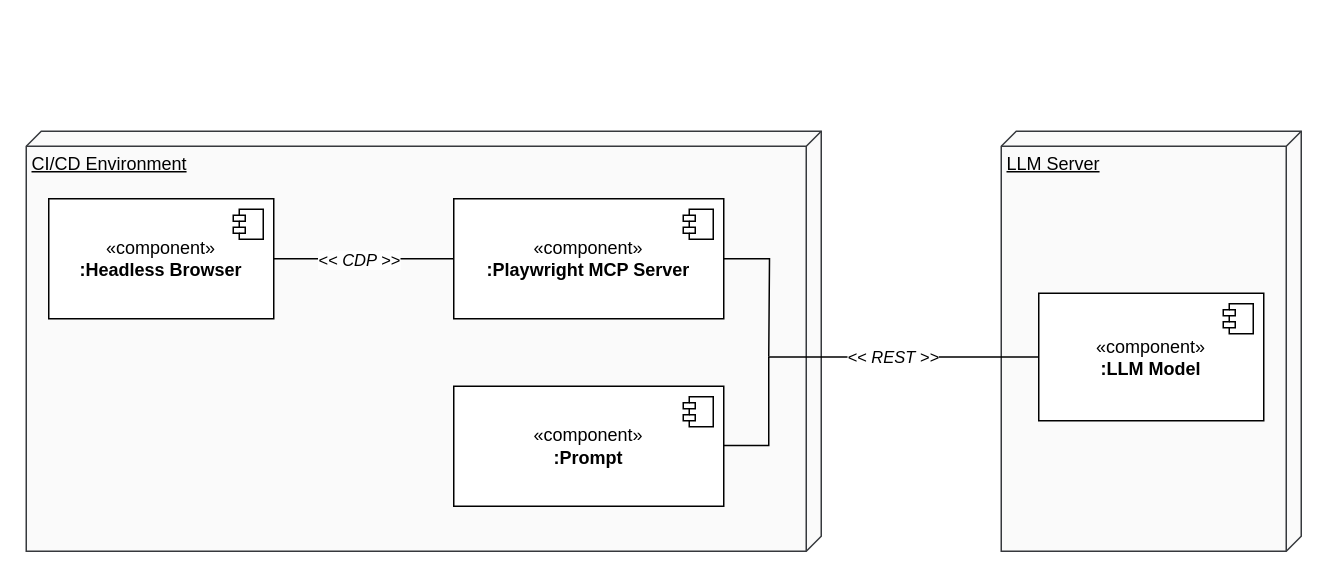
This is figures/mcp_remote.drawio from tobikli/ba-thesis, a draw.io file, before an edit. Source tidied: cells renumbered, new cells numbered last; positions are measured from the earlier drawing's top-left corner, leaving out a move shared by most shapes. Both pictures are drawn from the tidied source at 150%, with x=0, y=0 at pixel (26, 130).
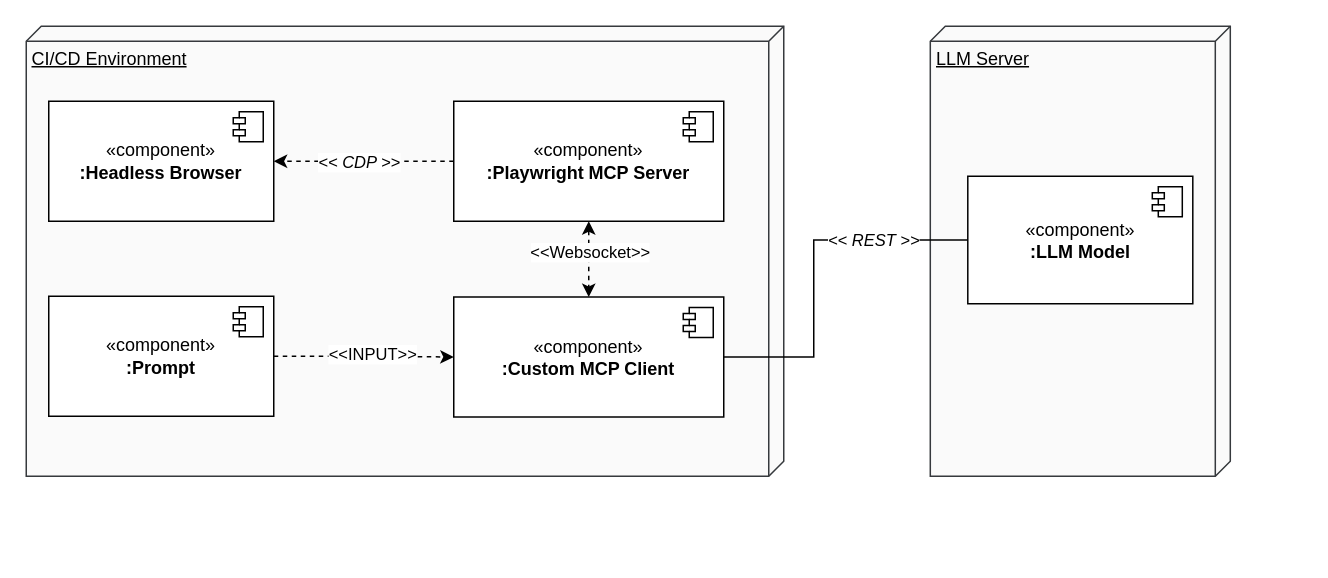
The same page after the edit.

The edit, as a diff of the source:
```diff
@@
     <mxCell id="2" value="CI/CD Environment" style="verticalAlign=top;align=left;spacingTop=8;spacingLeft=2;spacingRight=12;shape=cube;size=10;direction=south;fontStyle=4;html=1;whiteSpace=wrap;fillColor=#FAFAFA;strokeColor=#36393d;" parent="1" vertex="1">
-      <mxGeometry width="530" height="280" as="geometry" />
+      <mxGeometry y="-70" width="505" height="300" as="geometry" />
     </mxCell>
-    <mxCell id="3" style="edgeStyle=orthogonalEdgeStyle;rounded=0;jettySize=auto;html=1;endArrow=none;endFill=0;" parent="1" edge="1" source="4">
-      <mxGeometry relative="1" as="geometry">
-        <mxPoint x="495" y="150" as="targetPoint" />
-      </mxGeometry>
-    </mxCell>
+    <mxCell id="17" style="edgeStyle=orthogonalEdgeStyle;rounded=0;jettySize=auto;html=1;dashed=1;endArrow=classic;endFill=1;startArrow=classic;startFill=1;" parent="1" edge="1" source="4" target="21">
+      <mxGeometry relative="1" as="geometry" />
+    </mxCell>
+    <mxCell id="18" value="&amp;lt;&amp;lt;Websocket&amp;gt;&amp;gt;" style="edgeLabel;html=1;align=center;verticalAlign=middle;" parent="17" vertex="1">
+      <mxGeometry x="0.08" y="1" relative="1" as="geometry">
+        <mxPoint x="-1" y="-7" as="offset" />
+      </mxGeometry>
+    </mxCell>
     <mxCell id="4" value="«component&lt;span style=&quot;background-color: transparent; color: light-dark(rgb(0, 0, 0), rgb(255, 255, 255));&quot;&gt;»&lt;/span&gt;&lt;div&gt;&lt;b&gt;:Playwright MCP Server&lt;/b&gt;&lt;/div&gt;" style="html=1;whiteSpace=wrap;" parent="1" vertex="1">
-      <mxGeometry x="285" y="45" width="180" height="80" as="geometry" />
+      <mxGeometry x="285" y="-20" width="180" height="80" as="geometry" />
     </mxCell>
@@
     <mxCell id="6" value="LLM Server" style="verticalAlign=top;align=left;spacingTop=8;spacingLeft=2;spacingRight=12;shape=cube;size=10;direction=south;fontStyle=4;html=1;whiteSpace=wrap;fillColor=#FAFAFA;strokeColor=#36393d;" parent="1" vertex="1">
-      <mxGeometry x="650" width="200" height="280" as="geometry" />
+      <mxGeometry x="602.7" y="-70" width="200" height="300" as="geometry" />
     </mxCell>
     <mxCell id="7" value="«component&lt;span style=&quot;background-color: transparent; color: light-dark(rgb(0, 0, 0), rgb(255, 255, 255));&quot;&gt;»&lt;/span&gt;&lt;div&gt;&lt;b&gt;:LLM Model&lt;/b&gt;&lt;/div&gt;" style="html=1;whiteSpace=wrap;" parent="1" vertex="1">
-      <mxGeometry x="675" y="108" width="150" height="85" as="geometry" />
+      <mxGeometry x="627.7" y="30" width="150" height="85" as="geometry" />
     </mxCell>
@@
     <mxCell id="9" value="«component&lt;span style=&quot;background-color: transparent; color: light-dark(rgb(0, 0, 0), rgb(255, 255, 255));&quot;&gt;»&lt;/span&gt;&lt;div&gt;&lt;b&gt;:Headless Browser&lt;/b&gt;&lt;/div&gt;" style="html=1;whiteSpace=wrap;" parent="1" vertex="1">
-      <mxGeometry x="15" y="45" width="150" height="80" as="geometry" />
+      <mxGeometry x="15" y="-20" width="150" height="80" as="geometry" />
     </mxCell>
@@
-    <mxCell id="11" style="edgeStyle=orthogonalEdgeStyle;rounded=0;jettySize=auto;html=1;entryX=1;entryY=0.5;entryDx=0;entryDy=0;endArrow=none;endFill=0;" parent="1" edge="1" source="4" target="9">
+    <mxCell id="11" style="edgeStyle=orthogonalEdgeStyle;rounded=0;jettySize=auto;html=1;entryX=1;entryY=0.5;entryDx=0;entryDy=0;endArrow=classic;endFill=1;startArrow=none;startFill=0;dashed=1;" parent="1" edge="1" source="4" target="9">
       <mxGeometry relative="1" as="geometry" />
     </mxCell>
@@
+    <mxCell id="19" style="edgeStyle=orthogonalEdgeStyle;rounded=0;jettySize=auto;html=1;dashed=1;" parent="1" edge="1" source="13" target="21">
+      <mxGeometry relative="1" as="geometry" />
+    </mxCell>
+    <mxCell id="20" value="&amp;lt;&amp;lt;INPUT&amp;gt;&amp;gt;" style="edgeLabel;html=1;align=center;verticalAlign=middle;" parent="19" vertex="1">
+      <mxGeometry x="0.1" y="2" relative="1" as="geometry" />
+    </mxCell>
     <mxCell id="13" value="«component&lt;span style=&quot;background-color: transparent; color: light-dark(rgb(0, 0, 0), rgb(255, 255, 255));&quot;&gt;»&lt;/span&gt;&lt;div&gt;&lt;b&gt;:Prompt&lt;/b&gt;&lt;/div&gt;" style="html=1;whiteSpace=wrap;" parent="1" vertex="1">
-      <mxGeometry x="285" y="170" width="180" height="80" as="geometry" />
+      <mxGeometry x="15" y="110" width="150" height="80" as="geometry" />
     </mxCell>
@@
-    <mxCell id="15" style="edgeStyle=orthogonalEdgeStyle;rounded=0;jettySize=auto;html=1;entryX=0;entryY=0.5;entryDx=0;entryDy=0;endArrow=none;endFill=0;" parent="1" edge="1" target="7">
+    <mxCell id="15" style="edgeStyle=orthogonalEdgeStyle;rounded=0;jettySize=auto;html=1;entryX=0;entryY=0.5;entryDx=0;entryDy=0;endArrow=none;endFill=0;exitX=1;exitY=0.5;exitDx=0;exitDy=0;" parent="1" edge="1" source="21" target="7">
       <mxGeometry relative="1" as="geometry">
-        <mxPoint x="465" y="209.5" as="sourcePoint" />
         <Array as="points">
-          <mxPoint x="495" y="210" />
-          <mxPoint x="495" y="151" />
+          <mxPoint x="525" y="151" />
+          <mxPoint x="525" y="73" />
         </Array>
       </mxGeometry>
     </mxCell>
     <mxCell id="16" value="&lt;i&gt;&amp;lt;&amp;lt; REST &amp;gt;&amp;gt;&lt;/i&gt;" style="edgeLabel;html=1;align=center;verticalAlign=middle;" parent="15" vertex="1">
-      <mxGeometry x="0.27" relative="1" as="geometry" />
+      <mxGeometry x="0.27" relative="1" as="geometry">
+        <mxPoint x="24" as="offset" />
+      </mxGeometry>
     </mxCell>
+    <mxCell id="21" value="«component&lt;span style=&quot;background-color: transparent; color: light-dark(rgb(0, 0, 0), rgb(255, 255, 255));&quot;&gt;»&lt;/span&gt;&lt;div&gt;&lt;b&gt;:Custom MCP Client&lt;/b&gt;&lt;/div&gt;" style="html=1;whiteSpace=wrap;" parent="1" vertex="1">
+      <mxGeometry x="285" y="110.5" width="180" height="80" as="geometry" />
+    </mxCell>
+    <mxCell id="22" style="shape=module;jettyWidth=8;jettyHeight=4;" parent="21" vertex="1">
+      <mxGeometry x="1" width="20" height="20" relative="1" as="geometry">
+        <mxPoint x="-27" y="7" as="offset" />
+      </mxGeometry>
+    </mxCell>
```
